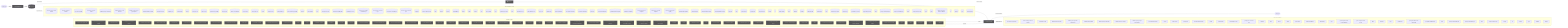
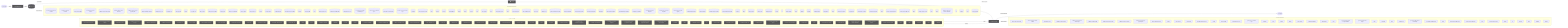
flowchart LR
  UserQ(["👤 User Query"])
  Embed["📐 Embedding Model"]
  VecDB[("📚 Vector Store")]
  Retriever["🔍 Retriever"]
  LLMNode["🧠 LLM / Generator"]
  Output(["✅ Response"])
  UserQ -->|query| Embed
  Embed -->|vector| VecDB
  VecDB -->|top-k chunks| Retriever
  Retriever -->|context + query| LLMNode
  LLMNode -->|generated answer| Output
  subgraph DetectedMemory["Detected memory stores"]
    det_detectedmemory_check_steering_feedback_contract_80134459[("check-steering-feedback-contract")]
    det_detectedmemory_normalize_workflow_contracts_8701f1c8[("normalize-workflow-contracts")]
    det_detectedmemory_sync_codex_preflight_7e7a8dc2[("sync-codex-preflight")]
    det_detectedmemory_test_harness_upgrade_matrix_84113c4e[("test-harness-upgrade-matrix")]
    det_detectedmemory_validate_prompt_context_drift_8c949ef6[("validate-prompt-context-drift")]
    det_detectedmemory_validate_runtime_packet_schemas_bc3ba8ec[("validate-runtime-packet-schemas")]
    det_detectedmemory_validate_system_prompt_gap_adoption_62d8c955[("validate-system-prompt-gap-adoption")]
    det_detectedmemory_validate_workflow_contracts_33dc063c[("validate-workflow-contracts")]
    det_detectedmemory_branch_protect_core_a8feb0fd[("branch-protect-core")]
    det_detectedmemory_ci_migrate_core_7005b5af[("ci-migrate-core")]
    det_detectedmemory_context_health_80bb7da9[("context-health")]
    det_detectedmemory_context_ea7792a2[("context")]
    det_detectedmemory_docs_gate_core_eb9b6c18[("docs-gate-core")]
    det_detectedmemory_index_context_de3ed39d[("index-context")]
    det_detectedmemory_local_memory_preflight_dcc36c42[("local-memory-preflight")]
    det_detectedmemory_memory_gate_a577a506[("memory-gate")]
    det_detectedmemory_pattern_scope_siblings_43abe000[("pattern-scope-siblings")]
    det_detectedmemory_review_context_ca6cf81d[("review-context")]
    det_detectedmemory_review_gate_core_4c8001f9[("review-gate-core")]
    det_detectedmemory_search_24193290[("search")]
    det_detectedmemory_session_context_e5ec72c0[("session-context")]
    det_detectedmemory_tooling_audit_core_328d6a41[("tooling-audit-core")]
    det_detectedmemory_run_local_memory_preflight_36e92808[("run-local-memory-preflight")]
    det_detectedmemory_checker_d2d2328e[("checker")]
    det_detectedmemory_context_health_1_ceb11829[("context-health")]
    det_detectedmemory_types_2_d9bc6e7a[("types")]
    det_detectedmemory_branch_protect_sync_570adb18[("branch-protect-sync")]
    det_detectedmemory_command_capability_rules_ca3f496a[("command-capability-rules")]
    det_detectedmemory_command_specs_core_1c0ffc99[("command-specs-core")]
    det_detectedmemory_local_memory_preflight_command_spec_9e23f3ce[("local-memory-preflight-command-spec")]
    det_detectedmemory_memory_gate_command_spec_dc9001a9[("memory-gate-command-spec")]
    det_detectedmemory_review_gate_command_spec_3187376a[("review-gate-command-spec")]
    det_detectedmemory_session_context_command_spec_973afbb1[("session-context-command-spec")]
    det_detectedmemory_constants_7517017f[("constants")]
    det_detectedmemory_context_compact_policy_3dcaf95d[("context-compact-policy")]
    det_detectedmemory_index_3_7e40d474[("index")]
    det_detectedmemory_indexer_70fa78e5[("indexer")]
    det_detectedmemory_init_error_5c7dd49f[("init-error")]
    det_detectedmemory_lexical_fallback_723e2b3e[("lexical-fallback")]
    det_detectedmemory_ollama_76e3c7bf[("ollama")]
    det_detectedmemory_rollout_a4fa034c[("rollout")]
    det_detectedmemory_sources_878a52fc[("sources")]
    det_detectedmemory_store_824d80d7[("store")]
    det_detectedmemory_sync_contract_c79fa191[("sync-contract")]
    det_detectedmemory_types_8_f6283648[("types")]
    det_detectedmemory_harness_run_context_ac7c77a9[("harness-run-context")]
    det_detectedmemory_index_4_013aa0e3[("index")]
    det_detectedmemory_json_schema_core_96d7e328[("json-schema-core")]
    det_detectedmemory_policy_validators_core_714a3fe7[("policy-validators-core")]
    det_detectedmemory_types_core_e405ddca[("types-core")]
    det_detectedmemory_validator_core_4358f8ba[("validator-core")]
+     det_detectedmemory_archive_candidates_scanner_d0931789[("archive-candidates-scanner")]
    det_detectedmemory_archive_candidates_dc0e40e1[("archive-candidates")]
    det_detectedmemory_docs_task_eval_contract_79347457[("docs-task-eval-contract")]
    det_detectedmemory_docs_task_eval_fixtures_44902755[("docs-task-eval-fixtures")]
    det_detectedmemory_init_modes_c05ceb07[("init-modes")]
    det_detectedmemory_project_brain_templates_7ef51530[("project-brain-templates")]
    det_detectedmemory_scaffold_diagram_templates_dd88e83c[("scaffold-diagram-templates")]
    det_detectedmemory_scaffold_doc_templates_f6152330[("scaffold-doc-templates")]
    det_detectedmemory_scaffold_environment_templates_c1ceba6a[("scaffold-environment-templates")]
    det_detectedmemory_scaffold_root_command_templates_404fed7f[("scaffold-root-command-templates")]
    det_detectedmemory_scaffold_script_template_registry_69312d4e[("scaffold-script-template-registry")]
    det_detectedmemory_scaffold_shell_templates_0ad0f915[("scaffold-shell-templates")]
    det_detectedmemory_scaffold_surfaces_12d6494e[("scaffold-surfaces")]
    det_detectedmemory_scaffold_template_registry_b1cce2aa[("scaffold-template-registry")]
    det_detectedmemory_scaffold_workflow_template_92310587[("scaffold-workflow-template")]
    det_detectedmemory_eval_seed_5699fd3e[("eval-seed")]
    det_detectedmemory_index_10_f6785a46[("index")]
    det_detectedmemory_review_context_1_e3afed15[("review-context")]
    det_detectedmemory_memory_gate_1_265164ac[("memory-gate")]
    det_detectedmemory_branch_enforcer_acb749cd[("branch-enforcer")]
    det_detectedmemory_cli_args_5_09ea29f0[("cli-args")]
    det_detectedmemory_cli_6_eac72be2[("cli")]
    det_detectedmemory_metrics_tracker_98cec29c[("metrics-tracker")]
    det_detectedmemory_types_19_eb4ad5f0[("types")]
    det_detectedmemory_validator_5_b19ac2be[("validator")]
    det_detectedmemory_classifier_fe1991a9[("classifier")]
    det_detectedmemory_tooling_baseline_50ab2eeb[("tooling-baseline")]
    det_detectedmemory_claim_helpers_20dc8387[("claim-helpers")]
    det_detectedmemory_types_24_c63dc1a7[("types")]
    det_detectedmemory_local_memory_smoke_1175abfc[("local-memory-smoke")]
    det_detectedmemory_local_memory_0db17ecc[("local-memory")]
    det_detectedmemory_performance_overload_c685bfcf[("performance-overload")]
    det_detectedmemory_suggestion_generator_0956f794[("suggestion-generator")]
    det_detectedmemory_index_12_762ec91b[("index")]
    det_detectedmemory_prompt_context_drift_report_3257a95c[("prompt-context-drift-report")]
    det_detectedmemory_prompt_context_drift_types_ba6863d4[("prompt-context-drift-types")]
    det_detectedmemory_index_13_97df39c8[("index")]
    det_detectedmemory_prompt_context_receipt_17b862b2[("prompt-context-receipt")]
    det_detectedmemory_types_31_eb363e20[("types")]
    det_detectedmemory_policy_1_fc4198db[("policy")]
    det_detectedmemory_runtime_card_codex_runtime_validation_d8ce9934[("runtime-card-codex-runtime-validation")]
    det_detectedmemory_cli_11_338a8415[("cli")]
    det_detectedmemory_collector_0736fd5b[("collector")]
    det_detectedmemory_types_34_85e6a0bb[("types")]
    det_detectedmemory_overload_guard_2748c559[("overload-guard")]
  end
  VecDB -. "implemented by" .-> DetectedMemory
  subgraph DetectedLLM["Detected LLM clients"]
    det_detectedllm_check_codex_agent_roles_5bb2e89b["check-codex-agent-roles"]
    det_detectedllm_check_steering_feedback_contract_80134459["check-steering-feedback-contract"]
    det_detectedllm_run_harness_evals_77704768["run-harness-evals"]
    det_detectedllm_validate_decision_request_2e5c325e["validate-decision-request"]
    det_detectedllm_validate_goal_completion_audit_receipt_100d252c["validate-goal-completion-audit-receipt"]
    det_detectedllm_validate_packaged_skill_5e32c890["validate-packaged-skill"]
    det_detectedllm_validate_prompt_context_drift_8c949ef6["validate-prompt-context-drift"]
    det_detectedllm_validate_reviewer_coverage_251efee3["validate-reviewer-coverage"]
    det_detectedllm_validate_system_prompt_gap_adoption_62d8c955["validate-system-prompt-gap-adoption"]
    det_detectedllm_check_environment_core_2c16213f["check-environment-core"]
    det_detectedllm_context_ea7792a2["context"]
    det_detectedllm_index_context_de3ed39d["index-context"]
    det_detectedllm_prompt_gate_c5e9d207["prompt-gate"]
    det_detectedllm_remediate_runner_helpers_929fedcc["remediate-runner-helpers"]
    det_detectedllm_search_24193290["search"]
    det_detectedllm_context_health_1_ceb11829["context-health"]
    det_detectedllm_command_specs_core_1c0ffc99["command-specs-core"]
    det_detectedllm_prompt_gate_command_spec_9a941482["prompt-gate-command-spec"]
    det_detectedllm_constants_7517017f["constants"]
    det_detectedllm_index_3_7e40d474["index"]
    det_detectedllm_indexer_70fa78e5["indexer"]
    det_detectedllm_ollama_76e3c7bf["ollama"]
    det_detectedllm_sync_contract_c79fa191["sync-contract"]
    det_detectedllm_north_star_validators_cfc926ce["north-star-validators"]
    det_detectedllm_hilt_boundary_9b36fb15["hilt-boundary"]
    det_detectedllm_types_10_75e5a4a0["types"]
    det_detectedllm_goal_completion_audit_receipt_validation_9d0f4891["goal-completion-audit-receipt-validation"]
    det_detectedllm_goal_completion_audit_receipt_5e4939c3["goal-completion-audit-receipt"]
    det_detectedllm_index_5_522f772a["index"]
    det_detectedllm_constants_1_a84e15f0["constants"]
    det_detectedllm_types_17_ed30531c["types"]
    det_detectedllm_sensitive_text_7c11f760["sensitive-text"]
    det_detectedllm_pr_template_linked_issue_relationship_a7b61f2c["pr-template-linked-issue-relationship"]
    det_detectedllm_pr_template_validator_rules_20a32d6b["pr-template-validator-rules"]
    det_detectedllm_index_12_762ec91b["index"]
    det_detectedllm_prompt_context_drift_report_3257a95c["prompt-context-drift-report"]
    det_detectedllm_prompt_context_drift_types_ba6863d4["prompt-context-drift-types"]
    det_detectedllm_index_13_97df39c8["index"]
    det_detectedllm_prompt_context_receipt_17b862b2["prompt-context-receipt"]
    det_detectedllm_cli_args_9_9c136878["cli-args"]
    det_detectedllm_cli_10_35dc8cbd["cli"]
    det_detectedllm_sections_4697ef32["sections"]
    det_detectedllm_types_27_4d134744["types"]
    det_detectedllm_validator_7_f836eb0e["validator"]
    det_detectedllm_cli_args_10_861cdd3f["cli-args"]
  end
  LLMNode -. "implemented by" .-> DetectedLLM
  subgraph DetectedTools["Agentic tool calls"]
    det_detectedtools_check_codex_agent_roles_5bb2e89b["🔧 check-codex-agent-roles"]
    det_detectedtools_check_steering_feedback_contract_80134459["🔧 check-steering-feedback-contract"]
    det_detectedtools_run_harness_evals_77704768["🔧 run-harness-evals"]
    det_detectedtools_validate_action_review_receipt_fa2f06c3["🔧 validate-action-review-receipt"]
    det_detectedtools_validate_packaged_skill_5e32c890["🔧 validate-packaged-skill"]
    det_detectedtools_validate_replay_packet_f309747e["🔧 validate-replay-packet"]
    det_detectedtools_ci_migrate_core_7005b5af["🔧 ci-migrate-core"]
    det_detectedtools_doctor_checks_5a2eb2b9["🔧 doctor-checks"]
    det_detectedtools_doctor_github_tool_checks_a53b0382["🔧 doctor-github-tool-checks"]
    det_detectedtools_doctor_tool_checks_4acac51a["🔧 doctor-tool-checks"]
    det_detectedtools_next_blocked_decisions_4140ad2b["🔧 next-blocked-decisions"]
    det_detectedtools_policy_gate_213f7313["🔧 policy-gate"]
    det_detectedtools_remediate_cli_output_cc165396["🔧 remediate-cli-output"]
    det_detectedtools_remediate_runner_helpers_929fedcc["🔧 remediate-runner-helpers"]
    det_detectedtools_review_gate_core_4c8001f9["🔧 review-gate-core"]
    det_detectedtools_index_1bc04b52["🔧 index"]
    det_detectedtools_types_1_4ecdf56e["🔧 types"]
    det_detectedtools_validation_constants_e002a0f6["🔧 validation-constants"]
    det_detectedtools_validation_98c41dcd["🔧 validation"]
    det_detectedtools_checker_d2d2328e["🔧 checker"]
    det_detectedtools_cli_args_1_6144b055["🔧 cli-args"]
    det_detectedtools_command_capabilities_a4d5c71e["🔧 command-capabilities"]
    det_detectedtools_command_capability_rules_ca3f496a["🔧 command-capability-rules"]
    det_detectedtools_linear_command_actions_e430f4f4["🔧 linear-command-actions"]
    det_detectedtools_linear_command_runner_4a740dfc["🔧 linear-command-runner"]
    det_detectedtools_policy_validators_core_714a3fe7["🔧 policy-validators-core"]
    det_detectedtools_types_core_e405ddca["🔧 types-core"]
    det_detectedtools_validator_core_4358f8ba["🔧 validator-core"]
    det_detectedtools_validator_helpers_7b927667["🔧 validator-helpers"]
    det_detectedtools_he_phase_exit_core_1148895b["🔧 he-phase-exit-core"]
    det_detectedtools_ralph_runtime_73d63c0e["🔧 ralph-runtime"]
    det_detectedtools_observed_skill_usage_ed7d5930["🔧 observed-skill-usage"]
    det_detectedtools_closure_evidence_aaa31467["🔧 closure-evidence"]
    det_detectedtools_pr_creator_dc6b1ea4["🔧 pr-creator"]
    det_detectedtools_client_948fe603["🔧 client"]
    det_detectedtools_init_output_360dce91["🔧 init-output"]
    det_detectedtools_scaffold_ci_templates_2afd6392["🔧 scaffold-ci-templates"]
    det_detectedtools_scaffold_codex_environment_templates_334fbbed["🔧 scaffold-codex-environment-templates"]
    det_detectedtools_scaffold_config_templates_4b80ce53["🔧 scaffold-config-templates"]
    det_detectedtools_scaffold_environment_templates_c1ceba6a["🔧 scaffold-environment-templates"]
    det_detectedtools_scaffold_github_actions_pr_pipeline_renderer_1ee18de5["🔧 scaffold-github-actions-pr-pipeline-renderer"]
    det_detectedtools_scaffold_github_actions_pr_pipeline_template_e2b85f62["🔧 scaffold-github-actions-pr-pipeline-template"]
    det_detectedtools_scaffold_release_private_npm_template_075499f8["🔧 scaffold-release-private-npm-template"]
    det_detectedtools_constants_1_a84e15f0["🔧 constants"]
    det_detectedtools_index_9_32dd4d91["🔧 index"]
    det_detectedtools_validation_common_6161e48b["🔧 validation-common"]
    det_detectedtools_cli_6_eac72be2["🔧 cli"]
    det_detectedtools_metrics_tracker_98cec29c["🔧 metrics-tracker"]
    det_detectedtools_normalise_renderer_85f2e563["🔧 normalise-renderer"]
    det_detectedtools_evaluation_engine_core_e054fe49["🔧 evaluation-engine-core"]
    det_detectedtools_tooling_baseline_50ab2eeb["🔧 tooling-baseline"]
    det_detectedtools_prompt_context_drift_report_3257a95c["🔧 prompt-context-drift-report"]
    det_detectedtools_prompt_context_drift_types_ba6863d4["🔧 prompt-context-drift-types"]
    det_detectedtools_replay_packet_a1293f88["🔧 replay-packet"]
    det_detectedtools_index_14_d982116c["🔧 index"]
    det_detectedtools_review_lifecycle_contract_e5447221["🔧 review-lifecycle-contract"]
    det_detectedtools_review_lifecycle_89afa64c["🔧 review-lifecycle"]
    det_detectedtools_runtime_card_codex_runtime_validation_d8ce9934["🔧 runtime-card-codex-runtime-validation"]
    det_detectedtools_runtime_card_codex_runtime_0655e230["🔧 runtime-card-codex-runtime"]
    det_detectedtools_runtime_evidence_bundle_d471a232["🔧 runtime-evidence-bundle"]
    det_detectedtools_types_36_674380ec["🔧 types"]
    det_detectedtools_index_17_642943a2["🔧 index"]
    det_detectedtools_projection_1b250ea1["🔧 projection"]
    det_detectedtools_types_38_e8efcd57["🔧 types"]
    det_detectedtools_validation_7_c4e6d8b6["🔧 validation"]
  end
  LLMNode -->|tool use| DetectedTools
  DetectedTools -->|result| LLMNode
  classDef memNode fill:#555,color:#fff
  class VecDB,Retriever memNode
  classDef llmNode fill:#555,color:#fff
  class LLMNode,Embed llmNode
  classDef toolNode fill:#555,color:#fff
  class det_detectedtools_check_codex_agent_roles_5bb2e89b,det_detectedtools_check_steering_feedback_contract_80134459,det_detectedtools_run_harness_evals_77704768,det_detectedtools_validate_action_review_receipt_fa2f06c3,det_detectedtools_validate_packaged_skill_5e32c890,det_detectedtools_validate_replay_packet_f309747e,det_detectedtools_ci_migrate_core_7005b5af,det_detectedtools_doctor_checks_5a2eb2b9,det_detectedtools_doctor_github_tool_checks_a53b0382,det_detectedtools_doctor_tool_checks_4acac51a,det_detectedtools_next_blocked_decisions_4140ad2b,det_detectedtools_policy_gate_213f7313,det_detectedtools_remediate_cli_output_cc165396,det_detectedtools_remediate_runner_helpers_929fedcc,det_detectedtools_review_gate_core_4c8001f9,det_detectedtools_index_1bc04b52,det_detectedtools_types_1_4ecdf56e,det_detectedtools_validation_constants_e002a0f6,det_detectedtools_validation_98c41dcd,det_detectedtools_checker_d2d2328e,det_detectedtools_cli_args_1_6144b055,det_detectedtools_command_capabilities_a4d5c71e,det_detectedtools_command_capability_rules_ca3f496a,det_detectedtools_linear_command_actions_e430f4f4,det_detectedtools_linear_command_runner_4a740dfc,det_detectedtools_policy_validators_core_714a3fe7,det_detectedtools_types_core_e405ddca,det_detectedtools_validator_core_4358f8ba,det_detectedtools_validator_helpers_7b927667,det_detectedtools_he_phase_exit_core_1148895b,det_detectedtools_ralph_runtime_73d63c0e,det_detectedtools_observed_skill_usage_ed7d5930,det_detectedtools_closure_evidence_aaa31467,det_detectedtools_pr_creator_dc6b1ea4,det_detectedtools_client_948fe603,det_detectedtools_init_output_360dce91,det_detectedtools_scaffold_ci_templates_2afd6392,det_detectedtools_scaffold_codex_environment_templates_334fbbed,det_detectedtools_scaffold_config_templates_4b80ce53,det_detectedtools_scaffold_environment_templates_c1ceba6a,det_detectedtools_scaffold_github_actions_pr_pipeline_renderer_1ee18de5,det_detectedtools_scaffold_github_actions_pr_pipeline_template_e2b85f62,det_detectedtools_scaffold_release_private_npm_template_075499f8,det_detectedtools_constants_1_a84e15f0,det_detectedtools_index_9_32dd4d91,det_detectedtools_validation_common_6161e48b,det_detectedtools_cli_6_eac72be2,det_detectedtools_metrics_tracker_98cec29c,det_detectedtools_normalise_renderer_85f2e563,det_detectedtools_evaluation_engine_core_e054fe49,det_detectedtools_tooling_baseline_50ab2eeb,det_detectedtools_prompt_context_drift_report_3257a95c,det_detectedtools_prompt_context_drift_types_ba6863d4,det_detectedtools_replay_packet_a1293f88,det_detectedtools_index_14_d982116c,det_detectedtools_review_lifecycle_contract_e5447221,det_detectedtools_review_lifecycle_89afa64c,det_detectedtools_runtime_card_codex_runtime_validation_d8ce9934,det_detectedtools_runtime_card_codex_runtime_0655e230,det_detectedtools_runtime_evidence_bundle_d471a232,det_detectedtools_types_36_674380ec,det_detectedtools_index_17_642943a2,det_detectedtools_projection_1b250ea1,det_detectedtools_types_38_e8efcd57,det_detectedtools_validation_7_c4e6d8b6 toolNode
